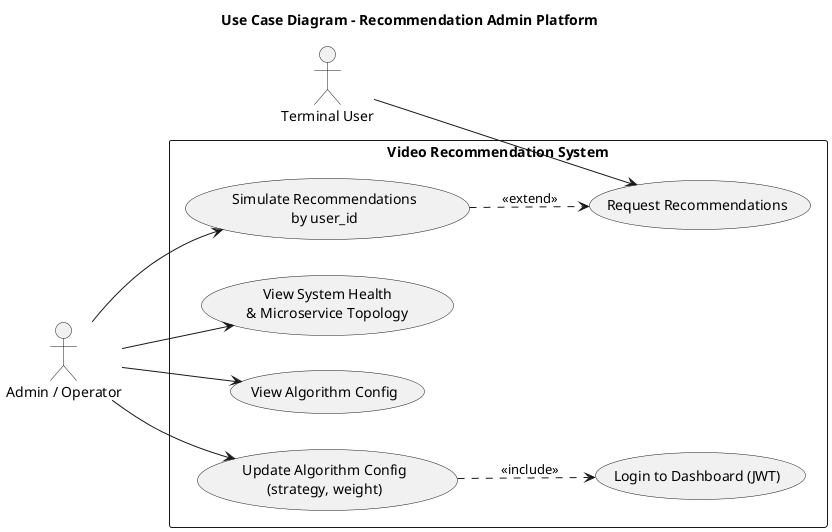
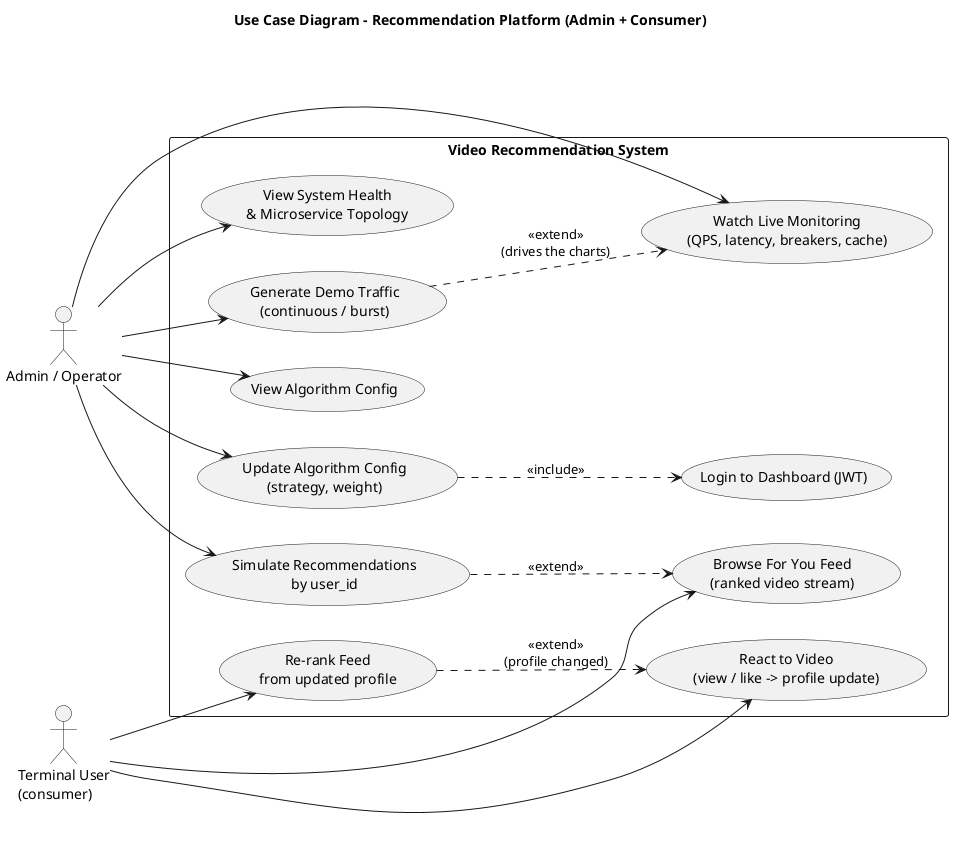
@startuml usecase
- title Use Case Diagram - Recommendation Admin Platform
+ title Use Case Diagram - Recommendation Platform (Admin + Consumer)

left to right direction
skinparam shadowing false

- actor "Terminal User" as U
+ actor "Terminal User\n(consumer)" as U
actor "Admin / Operator" as A

rectangle "Video Recommendation System" {
-   usecase "Request Recommendations" as UC1
-   usecase "Simulate Recommendations\nby user_id" as UC2
-   usecase "View System Health\n& Microservice Topology" as UC3
-   usecase "View Algorithm Config" as UC4
-   usecase "Update Algorithm Config\n(strategy, weight)" as UC5
-   usecase "Login to Dashboard (JWT)" as UC6
+   usecase "Browse For You Feed\n(ranked video stream)" as UC1
+   usecase "React to Video\n(view / like -> profile update)" as UC2
+   usecase "Re-rank Feed\nfrom updated profile" as UC3
+   usecase "Simulate Recommendations\nby user_id" as UC4
+   usecase "View System Health\n& Microservice Topology" as UC5
+   usecase "Watch Live Monitoring\n(QPS, latency, breakers, cache)" as UC6
+   usecase "Generate Demo Traffic\n(continuous / burst)" as UC7
+   usecase "View Algorithm Config" as UC8
+   usecase "Update Algorithm Config\n(strategy, weight)" as UC9
+   usecase "Login to Dashboard (JWT)" as UC10
}

U --> UC1
- A --> UC2
- A --> UC3
+ U --> UC2
+ U --> UC3
+ 
A --> UC4
A --> UC5
+ A --> UC6
+ A --> UC7
+ A --> UC8
+ A --> UC9

- UC5 ..> UC6 : <<include>>
- UC2 ..> UC1 : <<extend>>
+ UC9 ..> UC10 : <<include>>
+ UC3 ..> UC2 : <<extend>>\n(profile changed)
+ UC4 ..> UC1 : <<extend>>
+ UC7 ..> UC6 : <<extend>>\n(drives the charts)
@enduml
